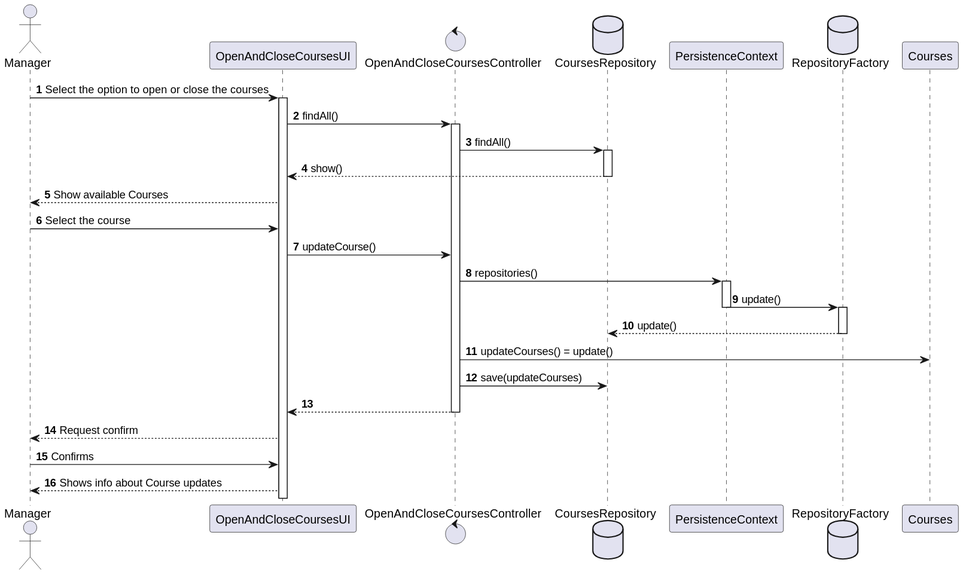
Earlier version of the PlantUML export docs/SPRINT B/US1004/Sequence_Diagram.svg (mascenso/isep-sem4-lapr4). Source of this version:
```plantuml
@startuml

autonumber

actor Manager

Manager -> OpenAndCloseCoursesUI: Select the option to open or close the courses

activate OpenAndCloseCoursesUI
control OpenAndCloseCoursesController
OpenAndCloseCoursesUI -> OpenAndCloseCoursesController: findAll()
activate OpenAndCloseCoursesController

database CoursesRepository
OpenAndCloseCoursesController -> CoursesRepository: findAll()
activate CoursesRepository
CoursesRepository --> OpenAndCloseCoursesUI: show()
deactivate CoursesRepository
OpenAndCloseCoursesUI --> Manager: Show available Courses
Manager -> OpenAndCloseCoursesUI: Select the course


OpenAndCloseCoursesUI -> OpenAndCloseCoursesController: updateCourse()
OpenAndCloseCoursesController -> PersistenceContext: repositories()
activate PersistenceContext
database RepositoryFactory
PersistenceContext -> RepositoryFactory: update()
deactivate PersistenceContext
activate RepositoryFactory
RepositoryFactory --> CoursesRepository: update()
deactivate RepositoryFactory
OpenAndCloseCoursesController -> Courses: updateCourses() = update()
OpenAndCloseCoursesController -> CoursesRepository: save(updateCourses)
OpenAndCloseCoursesController --> OpenAndCloseCoursesUI
deactivate OpenAndCloseCoursesController
OpenAndCloseCoursesUI --> Manager: Request confirm
Manager -> OpenAndCloseCoursesUI: Confirms
OpenAndCloseCoursesUI --> Manager: Shows info about Course updates
@enduml
```
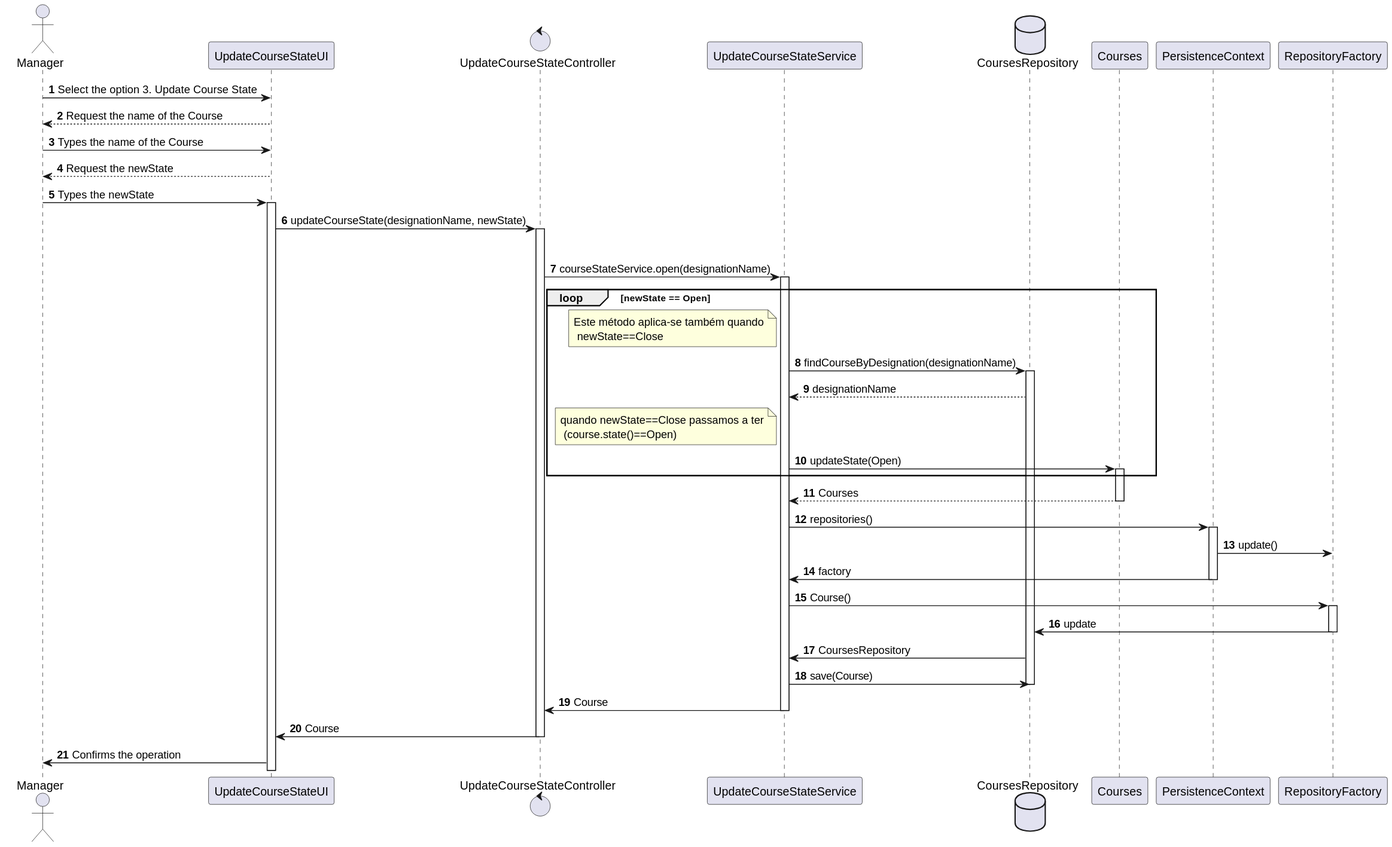
The same diagram one commit later.

Change to the diagram source:
```diff
@@ -4,36 +4,53 @@
 
 actor Manager
 
-Manager -> OpenAndCloseCoursesUI: Select the option to open or close the courses
-
-activate OpenAndCloseCoursesUI
-control OpenAndCloseCoursesController
-OpenAndCloseCoursesUI -> OpenAndCloseCoursesController: findAll()
-activate OpenAndCloseCoursesController
-
-database CoursesRepository
-OpenAndCloseCoursesController -> CoursesRepository: findAll()
-activate CoursesRepository
-CoursesRepository --> OpenAndCloseCoursesUI: show()
-deactivate CoursesRepository
-OpenAndCloseCoursesUI --> Manager: Show available Courses
-Manager -> OpenAndCloseCoursesUI: Select the course
+Manager -> UpdateCourseStateUI: Select the option 3. Update Course State
+UpdateCourseStateUI --> Manager:  Request the name of the Course
+Manager -> UpdateCourseStateUI: Types the name of the Course
+UpdateCourseStateUI --> Manager: Request the newState
+Manager -> UpdateCourseStateUI: Types the newState
+activate UpdateCourseStateUI
+control UpdateCourseStateController
+UpdateCourseStateUI -> UpdateCourseStateController: updateCourseState(designationName, newState)
+activate UpdateCourseStateController
 
 
-OpenAndCloseCoursesUI -> OpenAndCloseCoursesController: updateCourse()
-OpenAndCloseCoursesController -> PersistenceContext: repositories()
+
+loop newState == Open
+
+UpdateCourseStateController -> UpdateCourseStateService: courseStateService.open(designationName)
+activate UpdateCourseStateService
+database CoursesRepository
+ loop newState == Open
+ note left of UpdateCourseStateService: Este método aplica-se também quando\n newState==Close
+
+UpdateCourseStateService -> CoursesRepository: findCourseByDesignation(designationName)
+activate CoursesRepository
+CoursesRepository --> UpdateCourseStateService: designationName
+ note left of UpdateCourseStateService: quando newState==Close passamos a ter\n (course.state()==Open)
+UpdateCourseStateService -> Courses: updateState(Open)
+activate Courses
+end loop
+
+Courses --> UpdateCourseStateService: Courses
+
+deactivate Courses
+UpdateCourseStateService -> PersistenceContext: repositories()
+
 activate PersistenceContext
-database RepositoryFactory
 PersistenceContext -> RepositoryFactory: update()
+PersistenceContext -> UpdateCourseStateService: factory
 deactivate PersistenceContext
+UpdateCourseStateService -> RepositoryFactory: Course()
 activate RepositoryFactory
-RepositoryFactory --> CoursesRepository: update()
+RepositoryFactory -> CoursesRepository: update
 deactivate RepositoryFactory
-OpenAndCloseCoursesController -> Courses: updateCourses() = update()
-OpenAndCloseCoursesController -> CoursesRepository: save(updateCourses)
-OpenAndCloseCoursesController --> OpenAndCloseCoursesUI
-deactivate OpenAndCloseCoursesController
-OpenAndCloseCoursesUI --> Manager: Request confirm
-Manager -> OpenAndCloseCoursesUI: Confirms
-OpenAndCloseCoursesUI --> Manager: Shows info about Course updates
+CoursesRepository -> UpdateCourseStateService: CoursesRepository
+UpdateCourseStateService -> CoursesRepository: save(Course)
+deactivate CoursesRepository
+UpdateCourseStateService -> UpdateCourseStateController: Course
+deactivate UpdateCourseStateService
+UpdateCourseStateController -> UpdateCourseStateUI: Course
+deactivate UpdateCourseStateController
+UpdateCourseStateUI -> Manager: Confirms the operation
 @enduml
```
